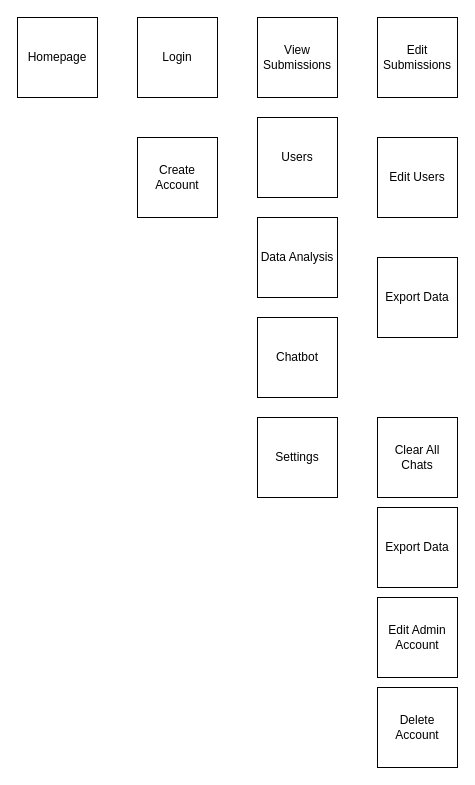
This is Admin Flow.drawio from IbDaGib/CISC-498-Capstone-Diagrams, a draw.io file, before an edit. Source tidied: cells renumbered, new cells numbered last; positions are measured from the earlier drawing's top-left corner, leaving out a move shared by most shapes. Both pictures are drawn from the tidied source at 100%, with x=0, y=0 at pixel (17, 17).
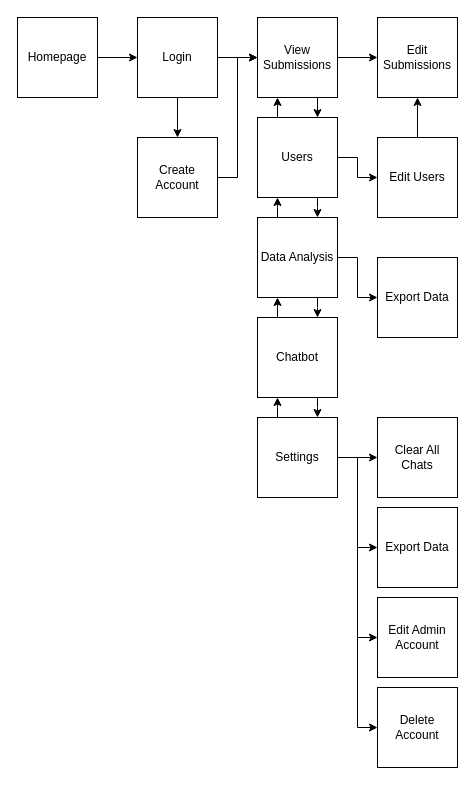
The same page after the edit.

Unchanged cells that the change refers to:
```xml
<mxCell id="2" value="Homepage" style="whiteSpace=wrap;html=1;" parent="1" vertex="1">
  <mxGeometry width="80" height="80" as="geometry" />
</mxCell>
<mxCell id="3" value="Login" style="whiteSpace=wrap;html=1;" parent="1" vertex="1">
  <mxGeometry x="120" width="80" height="80" as="geometry" />
</mxCell>
<mxCell id="4" value="Create Account" style="whiteSpace=wrap;html=1;" parent="1" vertex="1">
  <mxGeometry x="120" y="120" width="80" height="80" as="geometry" />
</mxCell>
<mxCell id="5" value="View Submissions" style="whiteSpace=wrap;html=1;" parent="1" vertex="1">
  <mxGeometry x="240" width="80" height="80" as="geometry" />
</mxCell>
<mxCell id="6" value="Users" style="whiteSpace=wrap;html=1;" parent="1" vertex="1">
  <mxGeometry x="240" y="100" width="80" height="80" as="geometry" />
</mxCell>
<mxCell id="7" value="Data Analysis" style="whiteSpace=wrap;html=1;" parent="1" vertex="1">
  <mxGeometry x="240" y="200" width="80" height="80" as="geometry" />
</mxCell>
<mxCell id="8" value="Chatbot" style="whiteSpace=wrap;html=1;" parent="1" vertex="1">
  <mxGeometry x="240" y="300" width="80" height="80" as="geometry" />
</mxCell>
<mxCell id="9" value="Settings" style="whiteSpace=wrap;html=1;" parent="1" vertex="1">
  <mxGeometry x="240" y="400" width="80" height="80" as="geometry" />
</mxCell>
<mxCell id="10" value="Edit Submissions" style="whiteSpace=wrap;html=1;" parent="1" vertex="1">
  <mxGeometry x="360" width="80" height="80" as="geometry" />
</mxCell>
<mxCell id="11" value="Edit Users" style="whiteSpace=wrap;html=1;" parent="1" vertex="1">
  <mxGeometry x="360" y="120" width="80" height="80" as="geometry" />
</mxCell>
<mxCell id="12" value="Export Data" style="whiteSpace=wrap;html=1;" parent="1" vertex="1">
  <mxGeometry x="360" y="240" width="80" height="80" as="geometry" />
</mxCell>
<mxCell id="13" value="Clear All Chats" style="whiteSpace=wrap;html=1;" parent="1" vertex="1">
  <mxGeometry x="360" y="400" width="80" height="80" as="geometry" />
</mxCell>
<mxCell id="14" value="Export Data" style="whiteSpace=wrap;html=1;" parent="1" vertex="1">
  <mxGeometry x="360" y="490" width="80" height="80" as="geometry" />
</mxCell>
<mxCell id="15" value="Edit Admin Account" style="whiteSpace=wrap;html=1;" parent="1" vertex="1">
  <mxGeometry x="360" y="580" width="80" height="80" as="geometry" />
</mxCell>
<mxCell id="16" value="Delete Account" style="whiteSpace=wrap;html=1;" parent="1" vertex="1">
  <mxGeometry x="360" y="670" width="80" height="80" as="geometry" />
</mxCell>
```

What changed in the source:
```diff
@@
+    <mxCell id="17" style="edgeStyle=orthogonalEdgeStyle;rounded=0;jettySize=auto;html=1;" parent="1" edge="1" source="2" target="3">
+      <mxGeometry relative="1" as="geometry" />
+    </mxCell>
@@
+    <mxCell id="18" style="edgeStyle=orthogonalEdgeStyle;rounded=0;jettySize=auto;html=1;" parent="1" edge="1" source="3" target="5">
+      <mxGeometry relative="1" as="geometry" />
+    </mxCell>
+    <mxCell id="19" style="edgeStyle=orthogonalEdgeStyle;rounded=0;jettySize=auto;html=1;" parent="1" edge="1" source="3" target="4">
+      <mxGeometry relative="1" as="geometry" />
+    </mxCell>
@@
+    <mxCell id="20" style="edgeStyle=orthogonalEdgeStyle;rounded=0;jettySize=auto;html=1;entryX=0;entryY=0.5;entryDx=0;entryDy=0;" parent="1" edge="1" source="4" target="5">
+      <mxGeometry relative="1" as="geometry" />
+    </mxCell>
@@
+    <mxCell id="21" style="edgeStyle=orthogonalEdgeStyle;rounded=0;jettySize=auto;html=1;" parent="1" edge="1" source="5" target="10">
+      <mxGeometry relative="1" as="geometry" />
+    </mxCell>
+    <mxCell id="22" style="edgeStyle=orthogonalEdgeStyle;rounded=0;jettySize=auto;html=1;entryX=0.75;entryY=0;entryDx=0;entryDy=0;exitX=0.75;exitY=1;exitDx=0;exitDy=0;" parent="1" edge="1" source="5" target="6">
+      <mxGeometry relative="1" as="geometry" />
+    </mxCell>
@@
+    <mxCell id="23" style="edgeStyle=orthogonalEdgeStyle;rounded=0;jettySize=auto;html=1;exitX=0.25;exitY=0;exitDx=0;exitDy=0;" parent="1" edge="1" source="6">
+      <mxGeometry relative="1" as="geometry">
+        <mxPoint x="260" y="80" as="targetPoint" />
+      </mxGeometry>
+    </mxCell>
+    <mxCell id="24" style="edgeStyle=orthogonalEdgeStyle;rounded=0;jettySize=auto;html=1;" parent="1" edge="1" source="6" target="11">
+      <mxGeometry relative="1" as="geometry" />
+    </mxCell>
+    <mxCell id="25" style="edgeStyle=orthogonalEdgeStyle;rounded=0;jettySize=auto;html=1;" parent="1" edge="1" source="6" target="7">
+      <mxGeometry relative="1" as="geometry">
+        <Array as="points">
+          <mxPoint x="300" y="190" />
+          <mxPoint x="300" y="190" />
+        </Array>
+      </mxGeometry>
+    </mxCell>
@@
+    <mxCell id="26" style="edgeStyle=orthogonalEdgeStyle;rounded=0;jettySize=auto;html=1;" parent="1" edge="1" source="7" target="12">
+      <mxGeometry relative="1" as="geometry" />
+    </mxCell>
+    <mxCell id="27" style="edgeStyle=orthogonalEdgeStyle;rounded=0;jettySize=auto;html=1;" parent="1" edge="1" source="7" target="6">
+      <mxGeometry relative="1" as="geometry">
+        <Array as="points">
+          <mxPoint x="260" y="190" />
+          <mxPoint x="260" y="190" />
+        </Array>
+      </mxGeometry>
+    </mxCell>
+    <mxCell id="28" style="edgeStyle=orthogonalEdgeStyle;rounded=0;jettySize=auto;html=1;" parent="1" edge="1" source="7" target="8">
+      <mxGeometry relative="1" as="geometry">
+        <Array as="points">
+          <mxPoint x="300" y="290" />
+          <mxPoint x="300" y="290" />
+        </Array>
+      </mxGeometry>
+    </mxCell>
@@
+    <mxCell id="29" style="edgeStyle=orthogonalEdgeStyle;rounded=0;jettySize=auto;html=1;" parent="1" edge="1" source="8" target="7">
+      <mxGeometry relative="1" as="geometry">
+        <Array as="points">
+          <mxPoint x="260" y="290" />
+          <mxPoint x="260" y="290" />
+        </Array>
+      </mxGeometry>
+    </mxCell>
+    <mxCell id="30" style="edgeStyle=orthogonalEdgeStyle;rounded=0;jettySize=auto;html=1;" parent="1" edge="1" source="8" target="9">
+      <mxGeometry relative="1" as="geometry">
+        <Array as="points">
+          <mxPoint x="300" y="390" />
+          <mxPoint x="300" y="390" />
+        </Array>
+      </mxGeometry>
+    </mxCell>
@@
+    <mxCell id="31" style="edgeStyle=orthogonalEdgeStyle;rounded=0;jettySize=auto;html=1;" parent="1" edge="1" source="9" target="13">
+      <mxGeometry relative="1" as="geometry" />
+    </mxCell>
+    <mxCell id="32" style="edgeStyle=orthogonalEdgeStyle;rounded=0;jettySize=auto;html=1;entryX=0;entryY=0.5;entryDx=0;entryDy=0;" parent="1" edge="1" source="9" target="14">
+      <mxGeometry relative="1" as="geometry" />
+    </mxCell>
+    <mxCell id="33" style="edgeStyle=orthogonalEdgeStyle;rounded=0;jettySize=auto;html=1;entryX=0;entryY=0.5;entryDx=0;entryDy=0;" parent="1" edge="1" source="9" target="15">
+      <mxGeometry relative="1" as="geometry" />
+    </mxCell>
+    <mxCell id="34" style="edgeStyle=orthogonalEdgeStyle;rounded=0;jettySize=auto;html=1;entryX=0;entryY=0.5;entryDx=0;entryDy=0;" parent="1" edge="1" source="9" target="16">
+      <mxGeometry relative="1" as="geometry" />
+    </mxCell>
+    <mxCell id="35" style="edgeStyle=orthogonalEdgeStyle;rounded=0;jettySize=auto;html=1;" parent="1" edge="1" source="9" target="8">
+      <mxGeometry relative="1" as="geometry">
+        <Array as="points">
+          <mxPoint x="260" y="390" />
+          <mxPoint x="260" y="390" />
+        </Array>
+      </mxGeometry>
+    </mxCell>
@@
+    <mxCell id="36" style="edgeStyle=orthogonalEdgeStyle;rounded=0;jettySize=auto;html=1;entryX=0.5;entryY=1;entryDx=0;entryDy=0;" parent="1" edge="1" source="11" target="10">
+      <mxGeometry relative="1" as="geometry" />
+    </mxCell>
```
